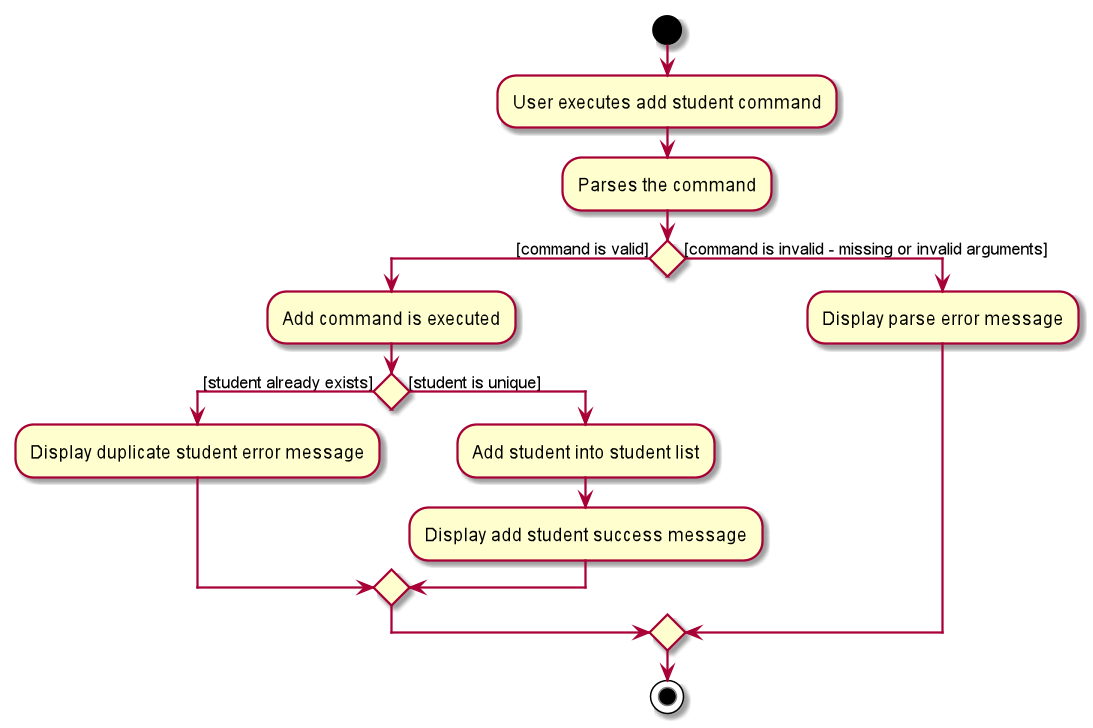
The PlantUML diagram docs/images/AddStudentActivityDiagram.png in nus-cs2103-AY2021S1/tp, before a commit.
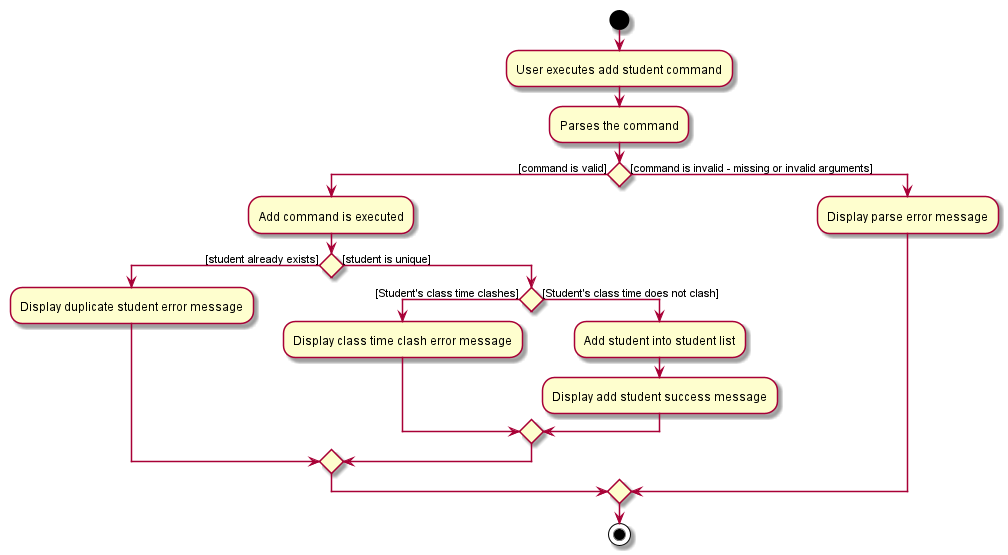
Above is the later version.

What changed in the source:
```diff
@@ -7,8 +7,12 @@
     if() then ([student already exists])
         :Display duplicate student error message;
     else ([student is unique])
+        if() then ([Student's class time clashes])
+        :Display class time clash error message;
+        else ([Student's class time does not clash])
         :Add student into student list;
         :Display add student success message;
+        endif
     endif
 else ([command is invalid - missing or invalid arguments])
     :Display parse error message;
```
